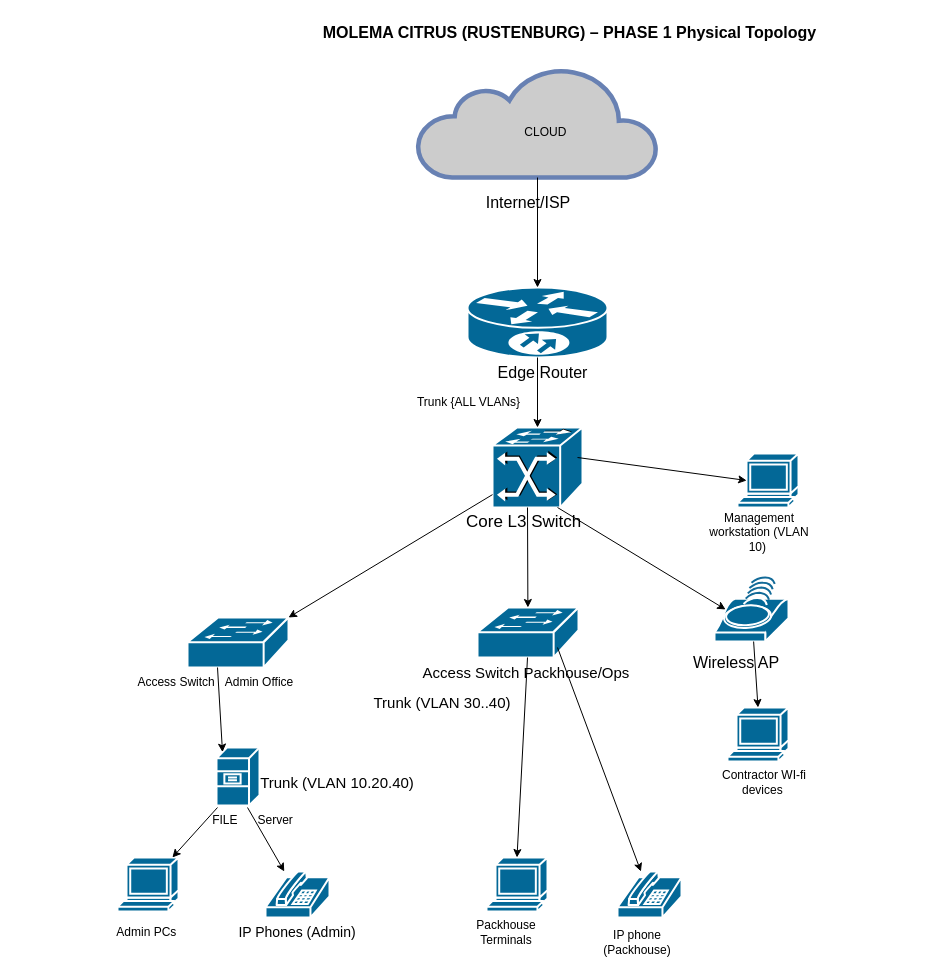
maishaedzani9/CLI-037-Molema-Citrus-Estates-Rustenburg--CMPG325 keeps this draw.io diagram as MOLEMA CITRUS (RUSTENBURG) – PHASE 1 physical topology .drawio. Above is the earlier version. Source tidied: cells renumbered, new cells numbered last; positions are measured from the earlier drawing's top-left corner, leaving out a move shared by most shapes. Both pictures are drawn from the tidied source at 100%, with x=0, y=0 at pixel (107, 17).
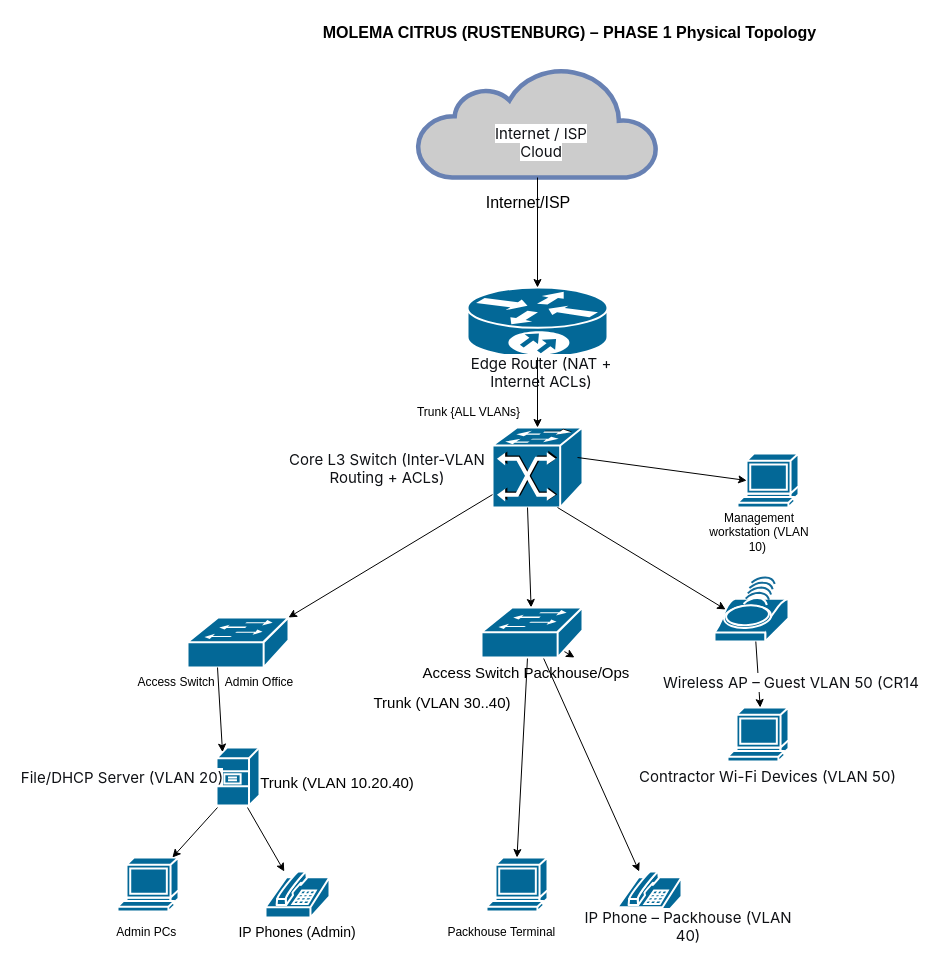
Above is the later version.

Unchanged cells that the change refers to:
```xml
<mxCell id="21" style="sketch=0;html=1;dashed=0;fillColor=#036897;strokeColor=#ffffff;strokeWidth=2;verticalLabelPosition=bottom;verticalAlign=top;align=center;outlineConnect=0;shape=mxgraph.cisco.modems_and_phones.phone;" parent="1" vertex="1">
  <mxGeometry x="510" y="854" width="64" height="46" as="geometry" />
</mxCell>
<mxCell id="23" style="sketch=0;html=1;dashed=0;fillColor=#036897;strokeColor=#ffffff;strokeWidth=2;verticalLabelPosition=bottom;verticalAlign=top;align=center;outlineConnect=0;shape=mxgraph.cisco.computers_and_peripherals.terminal;" parent="1" vertex="1">
  <mxGeometry x="620" y="690" width="61" height="54" as="geometry" />
</mxCell>
<mxCell id="24" style="strokeColor=#ffffff;sketch=0;html=1;dashed=0;fillColor=#036897;strokeWidth=2;verticalLabelPosition=bottom;verticalAlign=top;align=center;outlineConnect=0;shape=mxgraph.cisco.wireless.wi-fi_tag;" parent="1" vertex="1">
  <mxGeometry x="607" y="560" width="74" height="64" as="geometry" />
</mxCell>
```

What changed in the source:
```diff
@@
-    <mxCell id="3" value="CLOUD&amp;nbsp;" style="text;html=1;whiteSpace=wrap;strokeColor=none;fillColor=none;align=center;verticalAlign=middle;rounded=0;" parent="1" vertex="1">
-      <mxGeometry x="410" y="100" width="60" height="30" as="geometry" />
+    <mxCell id="3" value="&lt;span style=&quot;color: rgb(15, 17, 21); font-family: quote-cjk-patch, Inter, system-ui, -apple-system, BlinkMacSystemFont, &amp;quot;Segoe UI&amp;quot;, Roboto, Oxygen, Ubuntu, Cantarell, &amp;quot;Open Sans&amp;quot;, &amp;quot;Helvetica Neue&amp;quot;, sans-serif; font-size: 15px; text-align: start; background-color: rgb(255, 255, 255);&quot;&gt;Internet / ISP Cloud&lt;/span&gt;" style="text;html=1;whiteSpace=wrap;strokeColor=none;fillColor=none;align=center;verticalAlign=middle;rounded=0;" parent="1" vertex="1">
+      <mxGeometry x="379" y="110" width="110" height="30" as="geometry" />
     </mxCell>
@@
-    <mxCell id="7" style="strokeColor=#ffffff;sketch=0;html=1;dashed=0;fillColor=#036897;strokeWidth=2;verticalLabelPosition=bottom;verticalAlign=top;align=center;outlineConnect=0;shape=mxgraph.cisco.switches.workgroup_switch;" parent="1" vertex="1">
-      <mxGeometry x="370" y="590" width="101" height="50" as="geometry" />
-    </mxCell>
-    <mxCell id="8" value="&lt;font style=&quot;font-size: 16px;&quot;&gt;Edge Router&lt;/font&gt;" style="text;html=1;whiteSpace=wrap;strokeColor=none;fillColor=none;align=center;verticalAlign=middle;rounded=0;" parent="1" vertex="1">
-      <mxGeometry x="385" y="340" width="101" height="30" as="geometry" />
+    <mxCell id="8" value="&lt;span style=&quot;color: rgb(15, 17, 21); font-family: quote-cjk-patch, Inter, system-ui, -apple-system, BlinkMacSystemFont, &amp;quot;Segoe UI&amp;quot;, Roboto, Oxygen, Ubuntu, Cantarell, &amp;quot;Open Sans&amp;quot;, &amp;quot;Helvetica Neue&amp;quot;, sans-serif; font-size: 15px; text-align: start; background-color: rgb(255, 255, 255);&quot;&gt;Edge Router (NAT + Internet ACLs)&lt;/span&gt;" style="text;html=1;whiteSpace=wrap;strokeColor=none;fillColor=none;align=center;verticalAlign=middle;rounded=0;" parent="1" vertex="1">
+      <mxGeometry x="344" y="340" width="180" height="30" as="geometry" />
     </mxCell>
-    <mxCell id="9" value="&lt;font style=&quot;font-size: 17px;&quot;&gt;Core L3 Switch&amp;nbsp;&lt;/font&gt;" style="text;html=1;whiteSpace=wrap;strokeColor=none;fillColor=none;align=center;verticalAlign=middle;rounded=0;" parent="1" vertex="1">
-      <mxGeometry x="344" y="490" width="150" height="30" as="geometry" />
+    <mxCell id="9" value="&lt;span style=&quot;color: rgb(15, 17, 21); font-family: quote-cjk-patch, Inter, system-ui, -apple-system, BlinkMacSystemFont, &amp;quot;Segoe UI&amp;quot;, Roboto, Oxygen, Ubuntu, Cantarell, &amp;quot;Open Sans&amp;quot;, &amp;quot;Helvetica Neue&amp;quot;, sans-serif; font-size: 15px; text-align: start; background-color: rgb(255, 255, 255);&quot;&gt;Core L3 Switch (Inter-VLAN Routing + ACLs)&lt;/span&gt;" style="text;html=1;whiteSpace=wrap;strokeColor=none;fillColor=none;align=center;verticalAlign=middle;rounded=0;" parent="1" vertex="1">
+      <mxGeometry x="170" y="436" width="220" height="30" as="geometry" />
     </mxCell>
@@
-    <mxCell id="18" value="FILE&amp;nbsp; &amp;nbsp; &amp;nbsp; Server" style="text;html=1;whiteSpace=wrap;strokeColor=none;fillColor=none;align=center;verticalAlign=middle;rounded=0;" parent="1" vertex="1">
-      <mxGeometry x="80" y="788" width="131" height="30" as="geometry" />
-    </mxCell>
@@
-    <mxCell id="25" value="Packhouse Terminals" style="text;html=1;whiteSpace=wrap;strokeColor=none;fillColor=none;align=center;verticalAlign=middle;rounded=0;" parent="1" vertex="1">
-      <mxGeometry x="344" y="900" width="110" height="30" as="geometry" />
-    </mxCell>
-    <mxCell id="26" value="IP phone (Packhouse)" style="text;html=1;whiteSpace=wrap;strokeColor=none;fillColor=none;align=center;verticalAlign=middle;rounded=0;" parent="1" vertex="1">
-      <mxGeometry x="500" y="910" width="60" height="30" as="geometry" />
+    <mxCell id="26" value="&lt;span style=&quot;color: rgb(15, 17, 21); font-family: quote-cjk-patch, Inter, system-ui, -apple-system, BlinkMacSystemFont, &amp;quot;Segoe UI&amp;quot;, Roboto, Oxygen, Ubuntu, Cantarell, &amp;quot;Open Sans&amp;quot;, &amp;quot;Helvetica Neue&amp;quot;, sans-serif; font-size: 15px; text-align: start; background-color: rgb(255, 255, 255);&quot;&gt;IP Phone – Packhouse (VLAN 40)&lt;/span&gt;" style="text;html=1;whiteSpace=wrap;strokeColor=none;fillColor=none;align=center;verticalAlign=middle;rounded=0;" parent="1" vertex="1">
+      <mxGeometry x="471" y="894" width="220" height="30" as="geometry" />
     </mxCell>
@@
-    <mxCell id="28" value="Contractor WI-fi devices&amp;nbsp;" style="text;html=1;whiteSpace=wrap;strokeColor=none;fillColor=none;align=center;verticalAlign=middle;rounded=0;" parent="1" vertex="1">
-      <mxGeometry x="597" y="750" width="120" height="30" as="geometry" />
+    <mxCell id="28" value="&lt;span style=&quot;color: rgb(15, 17, 21); font-family: quote-cjk-patch, Inter, system-ui, -apple-system, BlinkMacSystemFont, &amp;quot;Segoe UI&amp;quot;, Roboto, Oxygen, Ubuntu, Cantarell, &amp;quot;Open Sans&amp;quot;, &amp;quot;Helvetica Neue&amp;quot;, sans-serif; font-size: 15px; text-align: start; background-color: rgb(255, 255, 255);&quot;&gt;Contractor Wi-Fi Devices (VLAN 50)&lt;/span&gt;" style="text;html=1;whiteSpace=wrap;strokeColor=none;fillColor=none;align=center;verticalAlign=middle;rounded=0;" parent="1" vertex="1">
+      <mxGeometry x="529" y="744" width="263" height="30" as="geometry" />
     </mxCell>
@@
-    <mxCell id="30" value="&lt;font style=&quot;font-size: 16px;&quot;&gt;Wireless AP&lt;/font&gt;" style="text;html=1;whiteSpace=wrap;strokeColor=none;fillColor=none;align=center;verticalAlign=middle;rounded=0;" parent="1" vertex="1">
-      <mxGeometry x="574" y="630" width="110" height="30" as="geometry" />
-    </mxCell>
@@
-    <mxCell id="37" style="endArrow=classic;html=1;rounded=0;entryX=0.5;entryY=0;entryDx=0;entryDy=0;entryPerimeter=0;" parent="1" edge="1" source="24" target="23">
-      <mxGeometry relative="1" as="geometry" />
+    <mxCell id="37" style="endArrow=classic;html=1;rounded=0;entryX=0.5;entryY=0;entryDx=0;entryDy=0;entryPerimeter=0;" parent="1" edge="1">
+      <mxGeometry relative="1" as="geometry">
+        <mxPoint x="648.3" y="624" as="sourcePoint" />
+        <mxPoint x="652.7" y="690" as="targetPoint" />
+      </mxGeometry>
     </mxCell>
@@
-    <mxCell id="42" style="endArrow=classic;html=1;rounded=0;" parent="1" edge="1" target="21">
-      <mxGeometry relative="1" as="geometry">
-        <mxPoint x="450" y="630" as="sourcePoint" />
-      </mxGeometry>
+    <mxCell id="42" style="endArrow=classic;html=1;rounded=0;" parent="1" edge="1" source="7" target="21">
+      <mxGeometry relative="1" as="geometry" />
     </mxCell>
     <mxCell id="43" value="Trunk {ALL VLANs}" style="text;html=1;whiteSpace=wrap;strokeColor=none;fillColor=none;align=center;verticalAlign=middle;rounded=0;" parent="1" vertex="1">
-      <mxGeometry x="283" y="370" width="157" height="30" as="geometry" />
+      <mxGeometry x="283" y="380" width="157" height="30" as="geometry" />
     </mxCell>
@@
+    <mxCell id="45" value="&lt;span style=&quot;color: rgb(15, 17, 21); font-family: quote-cjk-patch, Inter, system-ui, -apple-system, BlinkMacSystemFont, &amp;quot;Segoe UI&amp;quot;, Roboto, Oxygen, Ubuntu, Cantarell, &amp;quot;Open Sans&amp;quot;, &amp;quot;Helvetica Neue&amp;quot;, sans-serif; font-size: 15px; text-align: start; background-color: rgb(255, 255, 255);&quot;&gt;File/DHCP Server (VLAN 20)&lt;/span&gt;" style="text;html=1;whiteSpace=wrap;strokeColor=none;fillColor=none;align=center;verticalAlign=middle;rounded=0;" parent="1" vertex="1">
+      <mxGeometry x="-90" y="745" width="210" height="30" as="geometry" />
+    </mxCell>
+    <mxCell id="46" style="endArrow=classic;html=1;rounded=0;" parent="1" edge="1" target="7">
+      <mxGeometry relative="1" as="geometry">
+        <mxPoint x="450" y="630" as="sourcePoint" />
+      </mxGeometry>
+    </mxCell>
+    <mxCell id="7" style="strokeColor=#ffffff;sketch=0;html=1;dashed=0;fillColor=#036897;strokeWidth=2;verticalLabelPosition=bottom;verticalAlign=top;align=center;outlineConnect=0;shape=mxgraph.cisco.switches.workgroup_switch;" parent="1" vertex="1">
+      <mxGeometry x="374" y="590" width="101" height="50" as="geometry" />
+    </mxCell>
+    <mxCell id="47" value="&lt;span style=&quot;color: rgb(15, 17, 21); font-family: quote-cjk-patch, Inter, system-ui, -apple-system, BlinkMacSystemFont, &amp;quot;Segoe UI&amp;quot;, Roboto, Oxygen, Ubuntu, Cantarell, &amp;quot;Open Sans&amp;quot;, &amp;quot;Helvetica Neue&amp;quot;, sans-serif; font-size: 15px; font-style: normal; font-variant-ligatures: normal; font-variant-caps: normal; font-weight: 400; letter-spacing: normal; orphans: 2; text-align: start; text-indent: 0px; text-transform: none; widows: 2; word-spacing: 0px; -webkit-text-stroke-width: 0px; white-space: normal; background-color: rgb(255, 255, 255); text-decoration-thickness: initial; text-decoration-style: initial; text-decoration-color: initial; display: inline !important; float: none;&quot;&gt;Wireless AP – Guest VLAN 50 (CR14&lt;/span&gt;" style="text;whiteSpace=wrap;html=1;" parent="1" vertex="1">
+      <mxGeometry x="553.9" y="650" width="270" height="40" as="geometry" />
+    </mxCell>
+    <mxCell id="48" value="Packhouse Terminal&amp;nbsp;" style="text;html=1;whiteSpace=wrap;strokeColor=none;fillColor=none;align=center;verticalAlign=middle;rounded=0;" parent="1" vertex="1">
+      <mxGeometry x="325.5" y="900" width="140" height="30" as="geometry" />
+    </mxCell>
```
